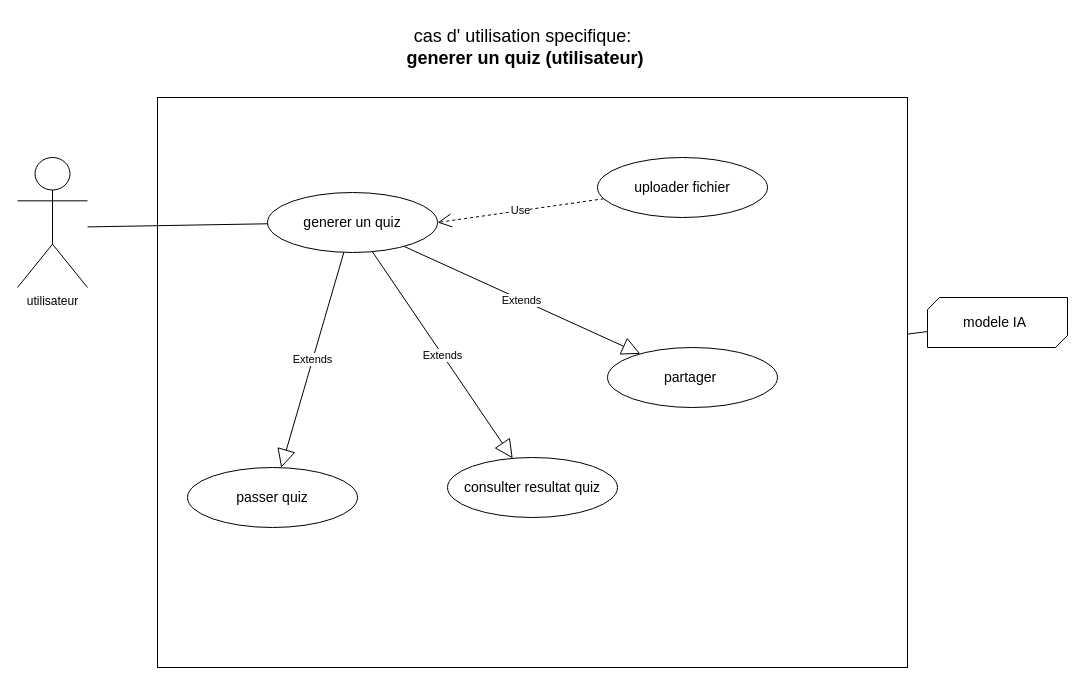
The draw.io diagram page "DCU generer quiz" (3 of 6) of resource/diagrammes uml . MAEL/use case  MAEL.drawio in OIC-Bafoussam/revise-ai, before the edit. Source tidied: cells renumbered, new cells numbered last; positions are measured from the earlier drawing's top-left corner, leaving out a move shared by most shapes. Both pictures are drawn from the tidied source at 100%, with x=0, y=0 at pixel (17, 17).
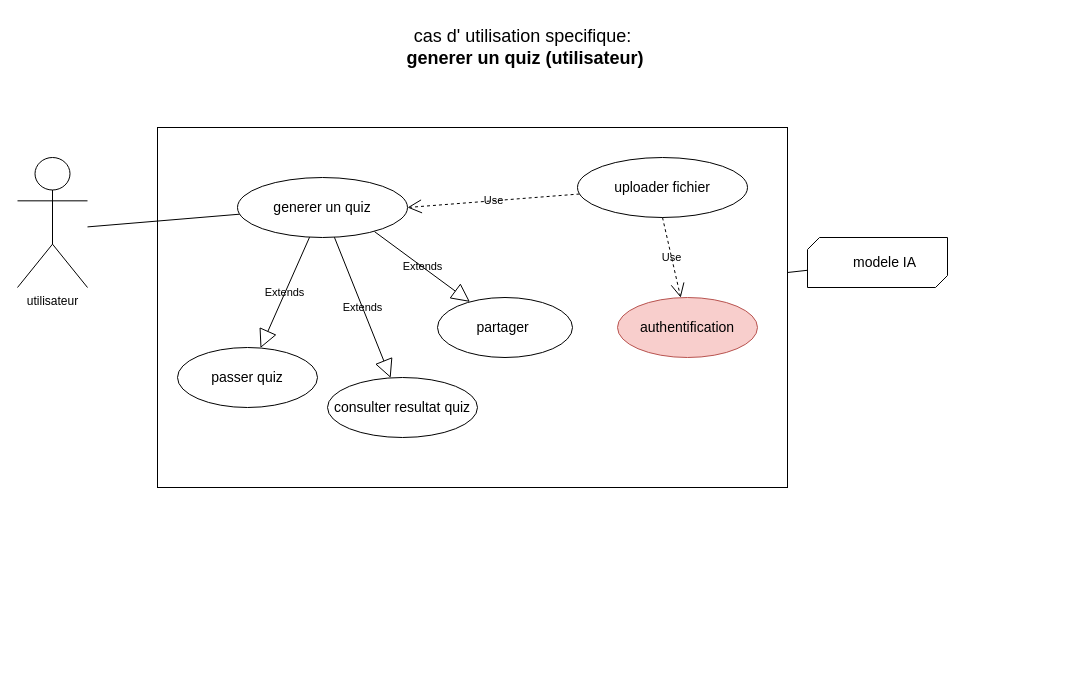
The same page after the edit.

The edit, as a diff of the source:
```diff
@@
-    <mxCell id="2" value="utilisateur&lt;br&gt;" style="shape=umlActor;verticalLabelPosition=bottom;verticalAlign=top;html=1;" parent="1" vertex="1">
+    <mxCell id="2" value="utilisateur&lt;br&gt;" style="shape=umlActor;verticalLabelPosition=bottom;verticalAlign=top;html=1;labelBackgroundColor=none;" parent="1" vertex="1">
       <mxGeometry y="140" width="70" height="130" as="geometry" />
     </mxCell>
-    <mxCell id="3" style="rounded=0;whiteSpace=wrap;html=1;" parent="1" vertex="1">
-      <mxGeometry x="140" y="80" width="750" height="570" as="geometry" />
+    <mxCell id="3" style="rounded=0;whiteSpace=wrap;html=1;labelBackgroundColor=none;" parent="1" vertex="1">
+      <mxGeometry x="140" y="110" width="630" height="360" as="geometry" />
     </mxCell>
-    <mxCell id="4" value="&lt;font style=&quot;font-size: 14px;&quot;&gt;uploader fichier&lt;/font&gt;" style="ellipse;whiteSpace=wrap;html=1;" parent="1" vertex="1">
-      <mxGeometry x="580" y="140" width="170" height="60" as="geometry" />
+    <mxCell id="4" value="&lt;font style=&quot;font-size: 14px;&quot;&gt;uploader fichier&lt;/font&gt;" style="ellipse;whiteSpace=wrap;html=1;labelBackgroundColor=none;" parent="1" vertex="1">
+      <mxGeometry x="560" y="140" width="170" height="60" as="geometry" />
     </mxCell>
-    <mxCell id="5" value="&lt;font style=&quot;font-size: 18px;&quot;&gt;cas d' utilisation specifique:&lt;br&gt;&lt;b&gt;&amp;nbsp;generer un quiz (utilisateur)&lt;/b&gt;&lt;/font&gt;" style="text;html=1;align=center;verticalAlign=middle;strokeColor=none;fillColor=none;fontSize=14;" parent="1" vertex="1">
+    <mxCell id="5" value="&lt;font style=&quot;font-size: 18px;&quot;&gt;cas d' utilisation specifique:&lt;br&gt;&lt;b&gt;&amp;nbsp;generer un quiz (utilisateur)&lt;/b&gt;&lt;/font&gt;" style="text;html=1;align=center;verticalAlign=middle;strokeColor=none;fillColor=none;fontSize=14;labelBackgroundColor=none;" parent="1" vertex="1">
       <mxGeometry x="370" width="270" height="60" as="geometry" />
     </mxCell>
-    <mxCell id="6" style="verticalLabelPosition=bottom;verticalAlign=top;html=1;shape=mxgraph.basic.diag_snip_rect;dx=6;whiteSpace=wrap;" parent="1" vertex="1">
-      <mxGeometry x="910" y="280" width="140" height="50" as="geometry" />
+    <mxCell id="6" style="verticalLabelPosition=bottom;verticalAlign=top;html=1;shape=mxgraph.basic.diag_snip_rect;dx=6;whiteSpace=wrap;labelBackgroundColor=none;" parent="1" vertex="1">
+      <mxGeometry x="790" y="220" width="140" height="50" as="geometry" />
     </mxCell>
-    <mxCell id="7" value="&lt;font style=&quot;font-size: 14px;&quot;&gt;modele IA&lt;/font&gt;" style="text;strokeColor=none;fillColor=none;align=left;verticalAlign=middle;spacingLeft=4;spacingRight=4;overflow=hidden;whiteSpace=wrap;html=1;" parent="1" vertex="1">
-      <mxGeometry x="940" y="290" width="110" height="30" as="geometry" />
+    <mxCell id="7" value="&lt;font style=&quot;font-size: 14px;&quot;&gt;modele IA&lt;/font&gt;" style="text;strokeColor=none;fillColor=none;align=left;verticalAlign=middle;spacingLeft=4;spacingRight=4;overflow=hidden;whiteSpace=wrap;html=1;labelBackgroundColor=none;" parent="1" vertex="1">
+      <mxGeometry x="830" y="230" width="110" height="30" as="geometry" />
     </mxCell>
-    <mxCell id="8" value="&lt;span style=&quot;font-size: 14px;&quot;&gt;passer quiz&lt;/span&gt;" style="ellipse;whiteSpace=wrap;html=1;" parent="1" vertex="1">
-      <mxGeometry x="170" y="450" width="170" height="60" as="geometry" />
+    <mxCell id="8" value="&lt;span style=&quot;font-size: 14px;&quot;&gt;passer quiz&lt;/span&gt;" style="ellipse;whiteSpace=wrap;html=1;labelBackgroundColor=none;" parent="1" vertex="1">
+      <mxGeometry x="160" y="330" width="140" height="60" as="geometry" />
     </mxCell>
-    <mxCell id="9" style="endArrow=none;html=1;rounded=0;" parent="1" edge="1" source="3" target="6">
+    <mxCell id="9" style="endArrow=none;html=1;rounded=0;labelBackgroundColor=none;fontColor=default;" parent="1" edge="1" source="3" target="6">
       <mxGeometry relative="1" as="geometry" />
     </mxCell>
-    <mxCell id="10" value="&lt;font style=&quot;font-size: 14px;&quot;&gt;generer un quiz&lt;/font&gt;" style="ellipse;whiteSpace=wrap;html=1;" parent="1" vertex="1">
-      <mxGeometry x="250" y="175" width="170" height="60" as="geometry" />
+    <mxCell id="10" value="&lt;font style=&quot;font-size: 14px;&quot;&gt;generer un quiz&lt;/font&gt;" style="ellipse;whiteSpace=wrap;html=1;labelBackgroundColor=none;" parent="1" vertex="1">
+      <mxGeometry x="220" y="160" width="170" height="60" as="geometry" />
     </mxCell>
-    <mxCell id="11" style="endArrow=none;html=1;rounded=0;" parent="1" edge="1" target="10">
+    <mxCell id="11" style="endArrow=none;html=1;rounded=0;labelBackgroundColor=none;fontColor=default;" parent="1" edge="1" target="10">
       <mxGeometry relative="1" as="geometry">
         <mxPoint x="70" y="209.4" as="sourcePoint" />
       </mxGeometry>
     </mxCell>
-    <mxCell id="12" value="Use" style="endArrow=open;endSize=12;dashed=1;html=1;rounded=0;entryX=1;entryY=0.5;entryDx=0;entryDy=0;" parent="1" edge="1" source="4" target="10">
+    <mxCell id="12" value="Use" style="endArrow=open;endSize=12;dashed=1;html=1;rounded=0;entryX=1;entryY=0.5;entryDx=0;entryDy=0;labelBackgroundColor=none;fontColor=default;" parent="1" edge="1" source="4" target="10">
       <mxGeometry relative="1" as="geometry" />
     </mxCell>
-    <mxCell id="13" value="&lt;span style=&quot;font-size: 14px;&quot;&gt;consulter resultat quiz&lt;/span&gt;" style="ellipse;whiteSpace=wrap;html=1;" parent="1" vertex="1">
-      <mxGeometry x="430" y="440" width="170" height="60" as="geometry" />
+    <mxCell id="13" value="&lt;span style=&quot;font-size: 14px;&quot;&gt;consulter resultat quiz&lt;/span&gt;" style="ellipse;whiteSpace=wrap;html=1;labelBackgroundColor=none;" parent="1" vertex="1">
+      <mxGeometry x="310" y="360" width="150" height="60" as="geometry" />
     </mxCell>
-    <mxCell id="14" value="Extends" style="endArrow=block;endSize=16;endFill=0;html=1;rounded=0;" parent="1" edge="1" source="10" target="8">
+    <mxCell id="14" value="Extends" style="endArrow=block;endSize=16;endFill=0;html=1;rounded=0;labelBackgroundColor=none;fontColor=default;" parent="1" edge="1" source="10" target="8">
       <mxGeometry relative="1" as="geometry" />
     </mxCell>
-    <mxCell id="15" value="Extends" style="endArrow=block;endSize=16;endFill=0;html=1;rounded=0;" parent="1" edge="1" source="10" target="13">
+    <mxCell id="15" value="Extends" style="endArrow=block;endSize=16;endFill=0;html=1;rounded=0;labelBackgroundColor=none;fontColor=default;" parent="1" edge="1" source="10" target="13">
       <mxGeometry relative="1" as="geometry" />
     </mxCell>
-    <mxCell id="16" value="&lt;span style=&quot;font-size: 14px;&quot;&gt;partager&amp;nbsp;&lt;/span&gt;" style="ellipse;whiteSpace=wrap;html=1;" parent="1" vertex="1">
-      <mxGeometry x="590" y="330" width="170" height="60" as="geometry" />
+    <mxCell id="16" value="&lt;span style=&quot;font-size: 14px;&quot;&gt;partager&amp;nbsp;&lt;/span&gt;" style="ellipse;whiteSpace=wrap;html=1;labelBackgroundColor=none;" parent="1" vertex="1">
+      <mxGeometry x="420" y="280" width="135" height="60" as="geometry" />
     </mxCell>
-    <mxCell id="17" value="Extends" style="endArrow=block;endSize=16;endFill=0;html=1;rounded=0;exitX=0.806;exitY=0.902;exitDx=0;exitDy=0;exitPerimeter=0;" parent="1" edge="1" source="10" target="16">
+    <mxCell id="17" value="Extends" style="endArrow=block;endSize=16;endFill=0;html=1;rounded=0;exitX=0.806;exitY=0.902;exitDx=0;exitDy=0;exitPerimeter=0;labelBackgroundColor=none;fontColor=default;" parent="1" edge="1" source="10" target="16">
       <mxGeometry relative="1" as="geometry" />
     </mxCell>
+    <mxCell id="18" value="&lt;font style=&quot;font-size: 14px;&quot;&gt;authentification&lt;/font&gt;" style="ellipse;whiteSpace=wrap;html=1;labelBackgroundColor=none;fillColor=#f8cecc;strokeColor=#b85450;" parent="1" vertex="1">
+      <mxGeometry x="600" y="280" width="140" height="60" as="geometry" />
+    </mxCell>
+    <mxCell id="19" value="Use" style="endArrow=open;endSize=12;dashed=1;html=1;rounded=0;labelBackgroundColor=none;fontColor=default;exitX=0.5;exitY=1;exitDx=0;exitDy=0;" parent="1" edge="1" source="4" target="18">
+      <mxGeometry relative="1" as="geometry" />
+    </mxCell>
```
